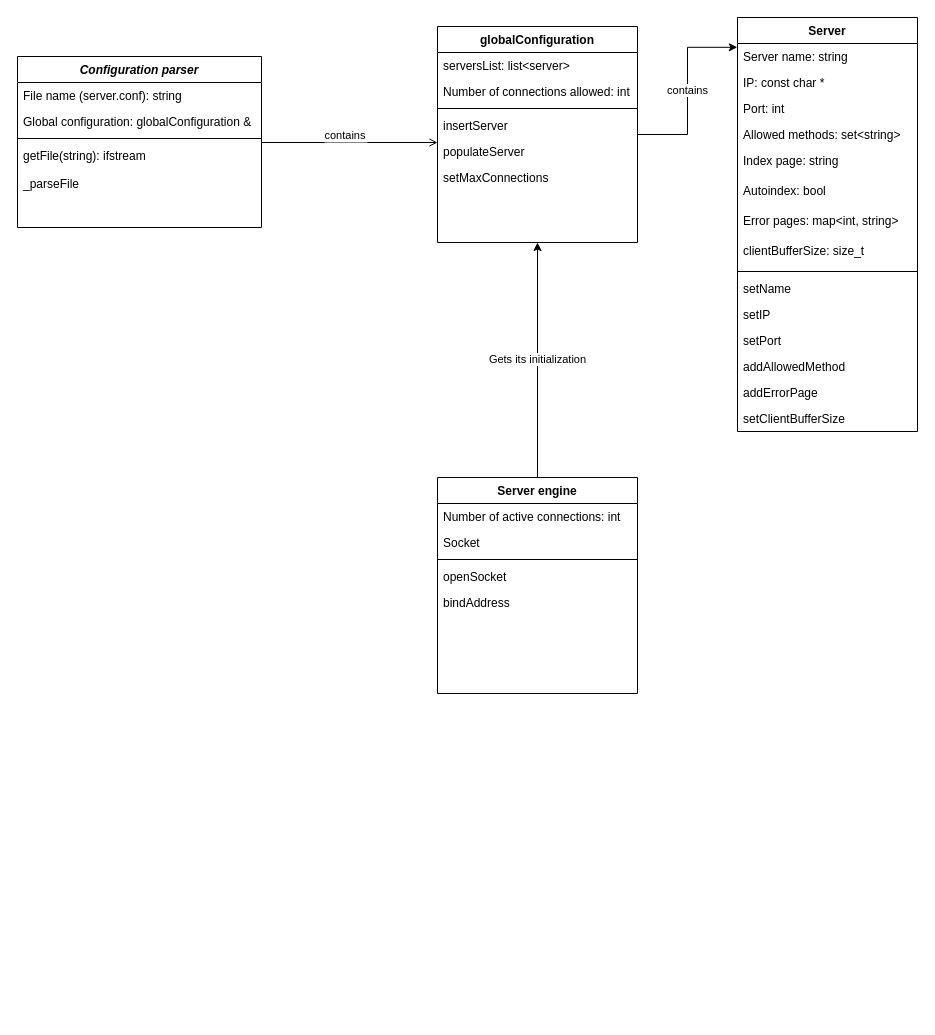
This is webserv_architecture.drawio from ababoum/webserv, a draw.io file, before an edit. Source tidied: cells renumbered, new cells numbered last; positions are measured from the earlier drawing's top-left corner, leaving out a move shared by most shapes. Both pictures are drawn from the tidied source at 100%, with x=0, y=0 at pixel (17, 17).
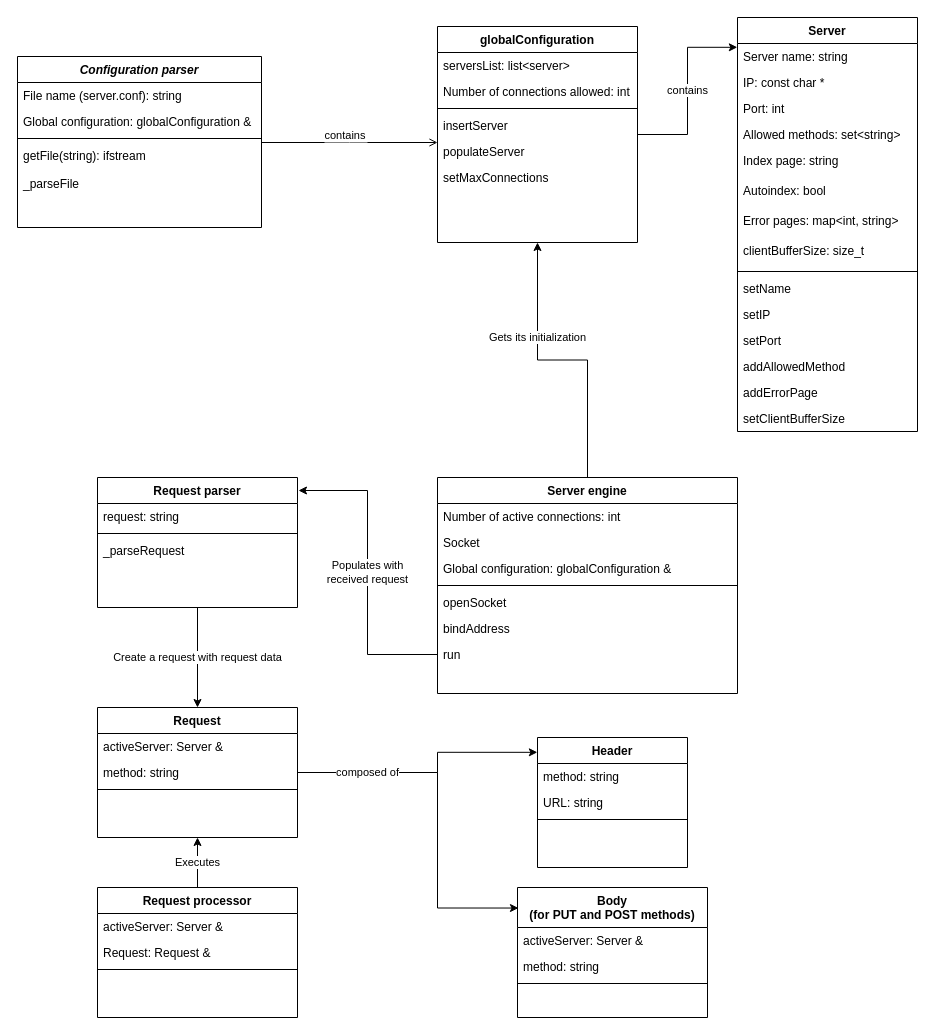
Above is the later version.

Unchanged cells that the change refers to:
```xml
<mxCell id="9" value="globalConfiguration" style="swimlane;fontStyle=1;align=center;verticalAlign=top;horizontal=1;startSize=26;rounded=0;shadow=0;strokeWidth=1;" parent="1" vertex="1">
  <mxGeometry x="420" y="9" width="200" height="216" as="geometry" />
</mxCell>
```

What changed in the source:
```diff
@@
     <mxCell id="33" value="Gets its initialization" style="edgeStyle=orthogonalEdgeStyle;rounded=0;jettySize=auto;html=1;exitX=0.5;exitY=0;exitDx=0;exitDy=0;entryX=0.5;entryY=1;entryDx=0;entryDy=0;" parent="1" edge="1" source="34" target="9">
-      <mxGeometry relative="1" as="geometry" />
+      <mxGeometry x="0.33" relative="1" as="geometry" />
     </mxCell>
     <mxCell id="34" value="Server engine" style="swimlane;fontStyle=1;align=center;verticalAlign=top;horizontal=1;startSize=26;rounded=0;shadow=0;strokeWidth=1;" parent="1" vertex="1">
-      <mxGeometry x="420" y="460" width="200" height="216" as="geometry" />
+      <mxGeometry x="420" y="460" width="300" height="216" as="geometry" />
     </mxCell>
     <mxCell id="35" value="Number of active connections: int" style="text;align=left;verticalAlign=top;spacingLeft=4;spacingRight=4;overflow=hidden;" parent="34" vertex="1">
-      <mxGeometry y="26" width="200" height="26" as="geometry" />
+      <mxGeometry y="26" width="300" height="26" as="geometry" />
     </mxCell>
     <mxCell id="36" value="Socket" style="text;align=left;verticalAlign=top;spacingLeft=4;spacingRight=4;overflow=hidden;" parent="34" vertex="1">
-      <mxGeometry y="52" width="200" height="26" as="geometry" />
+      <mxGeometry y="52" width="300" height="26" as="geometry" />
     </mxCell>
+    <mxCell id="40" value="Global configuration: globalConfiguration &amp;" style="text;align=left;verticalAlign=top;spacingLeft=4;spacingRight=4;overflow=hidden;" parent="34" vertex="1">
+      <mxGeometry y="78" width="300" height="26" as="geometry" />
+    </mxCell>
     <mxCell id="37" style="line;html=1;strokeWidth=1;align=left;verticalAlign=middle;spacingTop=-1;spacingLeft=3;spacingRight=3;labelPosition=right;" parent="34" vertex="1">
-      <mxGeometry y="78" width="200" height="8" as="geometry" />
+      <mxGeometry y="104" width="300" height="8" as="geometry" />
     </mxCell>
     <mxCell id="38" value="openSocket" style="text;align=left;verticalAlign=top;spacingLeft=4;spacingRight=4;overflow=hidden;" parent="34" vertex="1">
-      <mxGeometry y="86" width="200" height="26" as="geometry" />
+      <mxGeometry y="112" width="300" height="26" as="geometry" />
     </mxCell>
     <mxCell id="39" value="bindAddress" style="text;align=left;verticalAlign=top;spacingLeft=4;spacingRight=4;overflow=hidden;" parent="34" vertex="1">
-      <mxGeometry y="112" width="200" height="26" as="geometry" />
+      <mxGeometry y="138" width="300" height="26" as="geometry" />
     </mxCell>
+    <mxCell id="41" value="run" style="text;align=left;verticalAlign=top;spacingLeft=4;spacingRight=4;overflow=hidden;points=[[0,0.5],[1,0.5]];portConstraint=eastwest;" parent="34" vertex="1">
+      <mxGeometry y="164" width="300" height="26" as="geometry" />
+    </mxCell>
+    <mxCell id="42" value="Create a request with request data" style="edgeStyle=orthogonalEdgeStyle;rounded=0;jettySize=auto;html=1;entryX=0.5;entryY=0;entryDx=0;entryDy=0;" parent="1" edge="1" source="43" target="53">
+      <mxGeometry relative="1" as="geometry" />
+    </mxCell>
+    <mxCell id="43" value="Request parser" style="swimlane;fontStyle=1;align=center;verticalAlign=top;horizontal=1;startSize=26;rounded=0;shadow=0;strokeWidth=1;" parent="1" vertex="1">
+      <mxGeometry x="80" y="460" width="200" height="130" as="geometry" />
+    </mxCell>
+    <mxCell id="44" value="request: string" style="text;align=left;verticalAlign=top;spacingLeft=4;spacingRight=4;overflow=hidden;" parent="43" vertex="1">
+      <mxGeometry y="26" width="200" height="26" as="geometry" />
+    </mxCell>
+    <mxCell id="45" style="line;html=1;strokeWidth=1;align=left;verticalAlign=middle;spacingTop=-1;spacingLeft=3;spacingRight=3;labelPosition=right;" parent="43" vertex="1">
+      <mxGeometry y="52" width="200" height="8" as="geometry" />
+    </mxCell>
+    <mxCell id="46" value="_parseRequest" style="text;align=left;verticalAlign=top;spacingLeft=4;spacingRight=4;overflow=hidden;" parent="43" vertex="1">
+      <mxGeometry y="60" width="200" height="26" as="geometry" />
+    </mxCell>
+    <mxCell id="47" value="Executes" style="edgeStyle=orthogonalEdgeStyle;rounded=0;jettySize=auto;html=1;exitX=0.5;exitY=0;exitDx=0;exitDy=0;entryX=0.5;entryY=1;entryDx=0;entryDy=0;" parent="1" edge="1" source="48" target="53">
+      <mxGeometry relative="1" as="geometry" />
+    </mxCell>
+    <mxCell id="48" value="Request processor" style="swimlane;fontStyle=1;align=center;verticalAlign=top;horizontal=1;startSize=26;rounded=0;shadow=0;strokeWidth=1;" parent="1" vertex="1">
+      <mxGeometry x="80" y="870" width="200" height="130" as="geometry" />
+    </mxCell>
+    <mxCell id="49" value="activeServer: Server &amp;" style="text;align=left;verticalAlign=top;spacingLeft=4;spacingRight=4;overflow=hidden;" parent="48" vertex="1">
+      <mxGeometry y="26" width="200" height="26" as="geometry" />
+    </mxCell>
+    <mxCell id="50" value="Request: Request &amp;" style="text;align=left;verticalAlign=top;spacingLeft=4;spacingRight=4;overflow=hidden;" parent="48" vertex="1">
+      <mxGeometry y="52" width="200" height="26" as="geometry" />
+    </mxCell>
+    <mxCell id="51" style="line;html=1;strokeWidth=1;align=left;verticalAlign=middle;spacingTop=-1;spacingLeft=3;spacingRight=3;labelPosition=right;" parent="48" vertex="1">
+      <mxGeometry y="78" width="200" height="8" as="geometry" />
+    </mxCell>
+    <mxCell id="52" value="Populates with&lt;br&gt;received request" style="edgeStyle=orthogonalEdgeStyle;rounded=0;jettySize=auto;html=1;entryX=1.005;entryY=0.1;entryDx=0;entryDy=0;entryPerimeter=0;" parent="1" edge="1" source="41" target="43">
+      <mxGeometry relative="1" as="geometry" />
+    </mxCell>
+    <mxCell id="53" value="Request" style="swimlane;fontStyle=1;align=center;verticalAlign=top;horizontal=1;startSize=26;rounded=0;shadow=0;strokeWidth=1;" parent="1" vertex="1">
+      <mxGeometry x="80" y="690" width="200" height="130" as="geometry" />
+    </mxCell>
+    <mxCell id="54" value="activeServer: Server &amp;" style="text;align=left;verticalAlign=top;spacingLeft=4;spacingRight=4;overflow=hidden;" parent="53" vertex="1">
+      <mxGeometry y="26" width="200" height="26" as="geometry" />
+    </mxCell>
+    <mxCell id="55" value="method: string" style="text;align=left;verticalAlign=top;spacingLeft=4;spacingRight=4;overflow=hidden;points=[[0,0.5],[1,0.5]];portConstraint=eastwest;" parent="53" vertex="1">
+      <mxGeometry y="52" width="200" height="26" as="geometry" />
+    </mxCell>
+    <mxCell id="56" style="line;html=1;strokeWidth=1;align=left;verticalAlign=middle;spacingTop=-1;spacingLeft=3;spacingRight=3;labelPosition=right;" parent="53" vertex="1">
+      <mxGeometry y="78" width="200" height="8" as="geometry" />
+    </mxCell>
+    <mxCell id="57" value="Header" style="swimlane;fontStyle=1;align=center;verticalAlign=top;horizontal=1;startSize=26;rounded=0;shadow=0;strokeWidth=1;" parent="1" vertex="1">
+      <mxGeometry x="520" y="720" width="150" height="130" as="geometry" />
+    </mxCell>
+    <mxCell id="58" value="method: string" style="text;align=left;verticalAlign=top;spacingLeft=4;spacingRight=4;overflow=hidden;" parent="57" vertex="1">
+      <mxGeometry y="26" width="150" height="26" as="geometry" />
+    </mxCell>
+    <mxCell id="59" value="URL: string" style="text;align=left;verticalAlign=top;spacingLeft=4;spacingRight=4;overflow=hidden;" parent="57" vertex="1">
+      <mxGeometry y="52" width="150" height="26" as="geometry" />
+    </mxCell>
+    <mxCell id="60" style="line;html=1;strokeWidth=1;align=left;verticalAlign=middle;spacingTop=-1;spacingLeft=3;spacingRight=3;labelPosition=right;" parent="57" vertex="1">
+      <mxGeometry y="78" width="150" height="8" as="geometry" />
+    </mxCell>
+    <mxCell id="61" value="Body&#10;(for PUT and POST methods)" style="swimlane;fontStyle=1;align=center;verticalAlign=top;horizontal=1;startSize=40;rounded=0;shadow=0;strokeWidth=1;" parent="1" vertex="1">
+      <mxGeometry x="500" y="870" width="190" height="130" as="geometry" />
+    </mxCell>
+    <mxCell id="62" value="activeServer: Server &amp;" style="text;align=left;verticalAlign=top;spacingLeft=4;spacingRight=4;overflow=hidden;" parent="61" vertex="1">
+      <mxGeometry y="40" width="190" height="26" as="geometry" />
+    </mxCell>
+    <mxCell id="63" value="method: string" style="text;align=left;verticalAlign=top;spacingLeft=4;spacingRight=4;overflow=hidden;" parent="61" vertex="1">
+      <mxGeometry y="66" width="190" height="26" as="geometry" />
+    </mxCell>
+    <mxCell id="64" style="line;html=1;strokeWidth=1;align=left;verticalAlign=middle;spacingTop=-1;spacingLeft=3;spacingRight=3;labelPosition=right;" parent="61" vertex="1">
+      <mxGeometry y="92" width="190" height="8" as="geometry" />
+    </mxCell>
+    <mxCell id="65" style="edgeStyle=orthogonalEdgeStyle;rounded=0;jettySize=auto;html=1;entryX=-0.001;entryY=0.114;entryDx=0;entryDy=0;entryPerimeter=0;" parent="1" edge="1" source="55" target="57">
+      <mxGeometry relative="1" as="geometry">
+        <Array as="points">
+          <mxPoint x="420" y="755" />
+          <mxPoint x="420" y="735" />
+        </Array>
+      </mxGeometry>
+    </mxCell>
+    <mxCell id="66" value="composed of" style="edgeStyle=orthogonalEdgeStyle;rounded=0;jettySize=auto;html=1;exitX=1;exitY=0.5;exitDx=0;exitDy=0;entryX=0.005;entryY=0.158;entryDx=0;entryDy=0;entryPerimeter=0;" parent="1" edge="1" source="55" target="61">
+      <mxGeometry x="-0.61" relative="1" as="geometry">
+        <Array as="points">
+          <mxPoint x="420" y="755" />
+          <mxPoint x="420" y="891" />
+        </Array>
+      </mxGeometry>
+    </mxCell>
```
